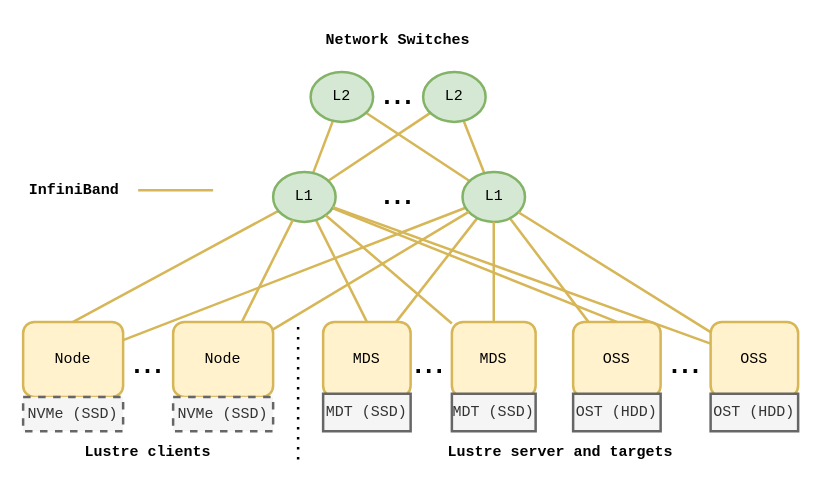
Earlier version of the draw.io diagram content/figures/puhti-hardware.drawio (jaantollander/masters-thesis). Source tidied: cells renumbered, new cells numbered last; positions are measured from the earlier drawing's top-left corner, leaving out a move shared by most shapes. Both pictures are drawn from the tidied source at 125%, with x=0, y=0 at pixel (22, 21).
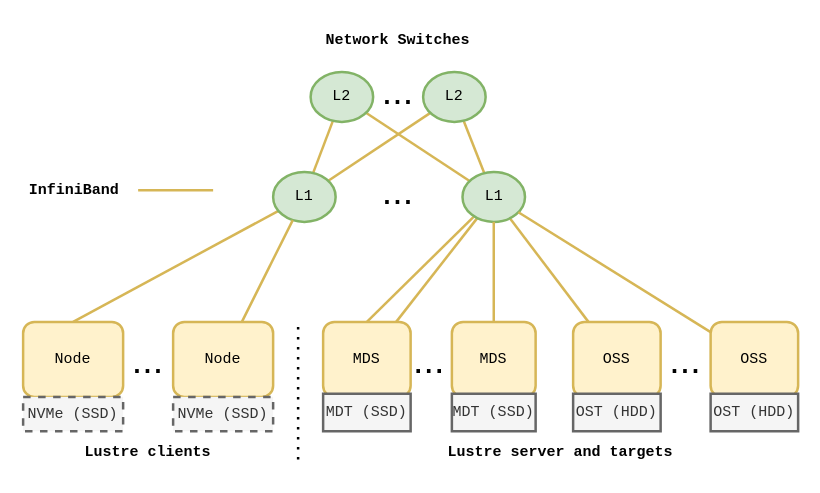
Above is the later version.

Commit message (it also covers changes not shown here):
updates figures, fixed puhti details

The change refers to these unchanged cells:
```xml
<mxCell id="4" value="Node" style="rounded=1;whiteSpace=wrap;html=1;strokeWidth=2;fontFamily=Courier New;fillColor=#fff2cc;strokeColor=#d6b656;" parent="1" vertex="1">
  <mxGeometry y="240" width="80" height="60" as="geometry" />
</mxCell>
<mxCell id="7" value="MDS" style="rounded=1;whiteSpace=wrap;html=1;strokeWidth=2;fontFamily=Courier New;fillColor=#fff2cc;strokeColor=#d6b656;" parent="1" vertex="1">
  <mxGeometry x="240" y="240" width="70" height="60" as="geometry" />
</mxCell>
<mxCell id="10" value="OSS" style="rounded=1;whiteSpace=wrap;html=1;strokeWidth=2;fontFamily=Courier New;fillColor=#fff2cc;strokeColor=#d6b656;" parent="1" vertex="1">
  <mxGeometry x="440" y="240" width="70" height="60" as="geometry" />
</mxCell>
<mxCell id="13" value="&lt;div&gt;L1&lt;/div&gt;" style="ellipse;whiteSpace=wrap;html=1;fontFamily=Courier New;fontSize=12;fontColor=default;align=center;strokeColor=#82b366;strokeWidth=2;fillColor=#d5e8d4;" parent="1" vertex="1">
  <mxGeometry x="200" y="120" width="50" height="40" as="geometry" />
</mxCell>
<mxCell id="25" value="&lt;div&gt;L1&lt;/div&gt;" style="ellipse;whiteSpace=wrap;html=1;fontFamily=Courier New;fontSize=12;fontColor=default;align=center;strokeColor=#82b366;strokeWidth=2;fillColor=#d5e8d4;" parent="1" vertex="1">
  <mxGeometry x="351.5" y="120" width="50" height="40" as="geometry" />
</mxCell>
<mxCell id="30" value="OSS" style="rounded=1;whiteSpace=wrap;html=1;strokeWidth=2;fontFamily=Courier New;fillColor=#fff2cc;strokeColor=#d6b656;" parent="1" vertex="1">
  <mxGeometry x="550" y="240" width="70" height="60" as="geometry" />
</mxCell>
<mxCell id="34" value="MDS" style="rounded=1;whiteSpace=wrap;html=1;strokeWidth=2;fontFamily=Courier New;fillColor=#fff2cc;strokeColor=#d6b656;" parent="1" vertex="1">
  <mxGeometry x="343" y="240" width="67" height="60" as="geometry" />
</mxCell>
<mxCell id="40" value="Node" style="rounded=1;whiteSpace=wrap;html=1;strokeWidth=2;fontFamily=Courier New;fillColor=#fff2cc;strokeColor=#d6b656;" parent="1" vertex="1">
  <mxGeometry x="120" y="240" width="80" height="60" as="geometry" />
</mxCell>
```

Diff of the diagram source:
```diff
@@
-    <mxCell id="3" style="edgeStyle=none;rounded=0;jettySize=auto;html=1;strokeWidth=2;startArrow=none;startFill=0;endArrow=none;endFill=0;fillColor=#fff2cc;strokeColor=#d6b656;" parent="1" edge="1" source="4" target="25">
-      <mxGeometry relative="1" as="geometry" />
-    </mxCell>
@@
-    <mxCell id="5" style="rounded=0;jettySize=auto;html=1;fillColor=#fff2cc;strokeColor=#d6b656;endArrow=none;endFill=0;strokeWidth=2;startArrow=none;startFill=0;fontFamily=Courier New;exitX=0.5;exitY=0;exitDx=0;exitDy=0;" parent="1" edge="1" source="7" target="13">
+    <mxCell id="5" style="rounded=0;jettySize=auto;html=1;fillColor=#fff2cc;strokeColor=#d6b656;endArrow=none;endFill=0;strokeWidth=2;startArrow=none;startFill=0;fontFamily=Courier New;exitX=0.5;exitY=0;exitDx=0;exitDy=0;" parent="1" edge="1" source="7" target="25">
       <mxGeometry relative="1" as="geometry" />
     </mxCell>
@@
-    <mxCell id="8" style="rounded=0;jettySize=auto;html=1;fillColor=#fff2cc;strokeColor=#d6b656;endArrow=none;endFill=0;strokeWidth=2;startArrow=none;startFill=0;fontFamily=Courier New;exitX=0.5;exitY=0;exitDx=0;exitDy=0;" parent="1" edge="1" source="10" target="13">
-      <mxGeometry relative="1" as="geometry" />
-    </mxCell>
@@
-    <mxCell id="29" style="edgeStyle=none;rounded=0;jettySize=auto;html=1;strokeWidth=2;startArrow=none;startFill=0;endArrow=none;endFill=0;fillColor=#fff2cc;strokeColor=#d6b656;" parent="1" edge="1" source="30" target="13">
-      <mxGeometry relative="1" as="geometry" />
-    </mxCell>
@@
-    <mxCell id="32" style="edgeStyle=none;rounded=0;jettySize=auto;html=1;strokeWidth=2;fontSize=20;startArrow=none;startFill=0;endArrow=none;endFill=0;fillColor=#fff2cc;strokeColor=#d6b656;" parent="1" edge="1" source="34" target="13">
-      <mxGeometry relative="1" as="geometry" />
-    </mxCell>
@@
-    <mxCell id="39" style="edgeStyle=none;rounded=0;jettySize=auto;html=1;strokeWidth=2;fontSize=20;startArrow=none;startFill=0;endArrow=none;endFill=0;fillColor=#fff2cc;strokeColor=#d6b656;" parent="1" edge="1" source="40" target="25">
-      <mxGeometry relative="1" as="geometry" />
-    </mxCell>
```
